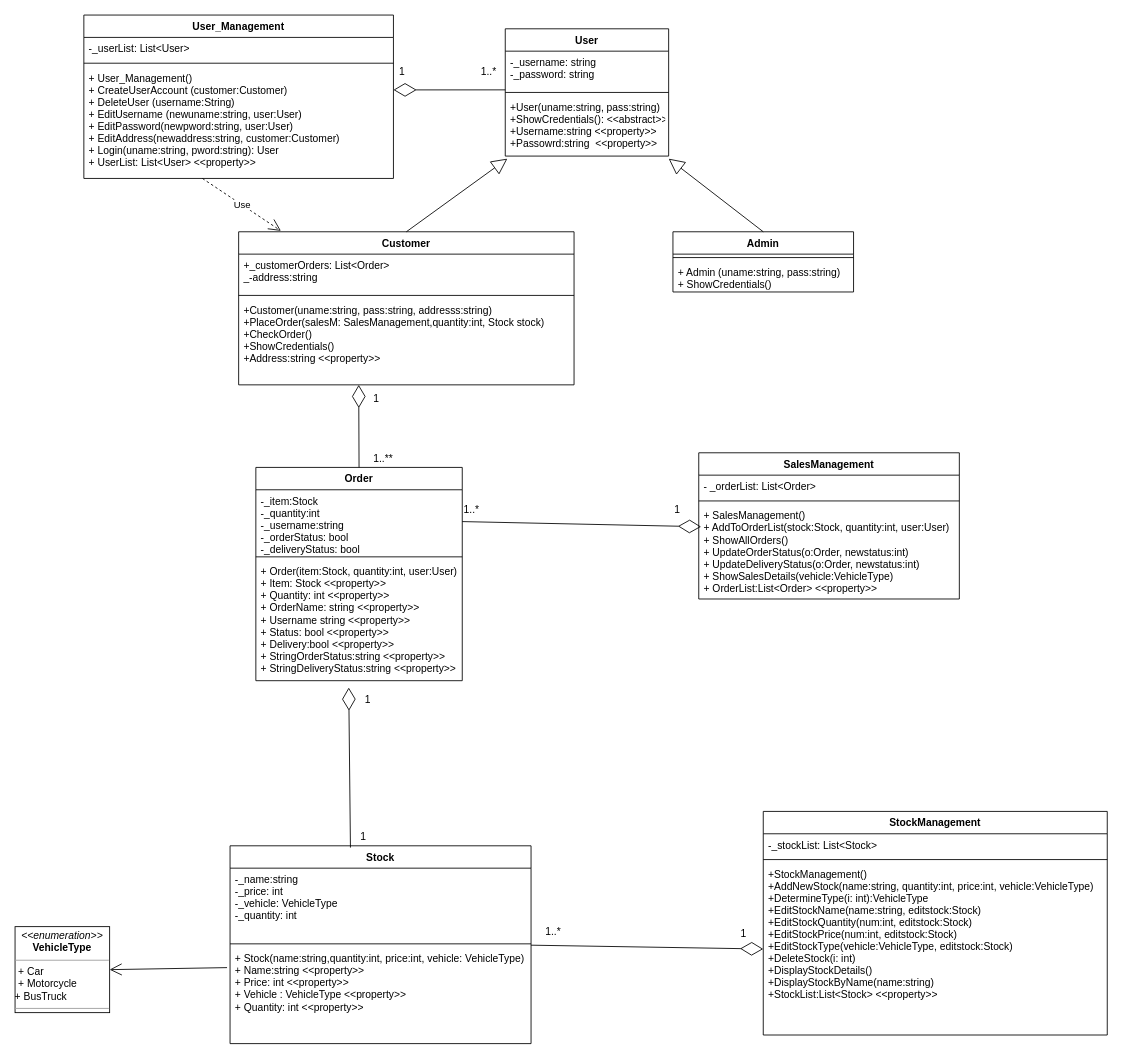
Earlier version of the draw.io diagram PassTask13.drawio (LastMinuteBanter/DistinctionTaskUML). Source tidied: cells renumbered, new cells numbered last; positions are measured from the earlier drawing's top-left corner, leaving out a move shared by most shapes. Both pictures are drawn from the tidied source at 86%, with x=0, y=0 at pixel (15, 15).
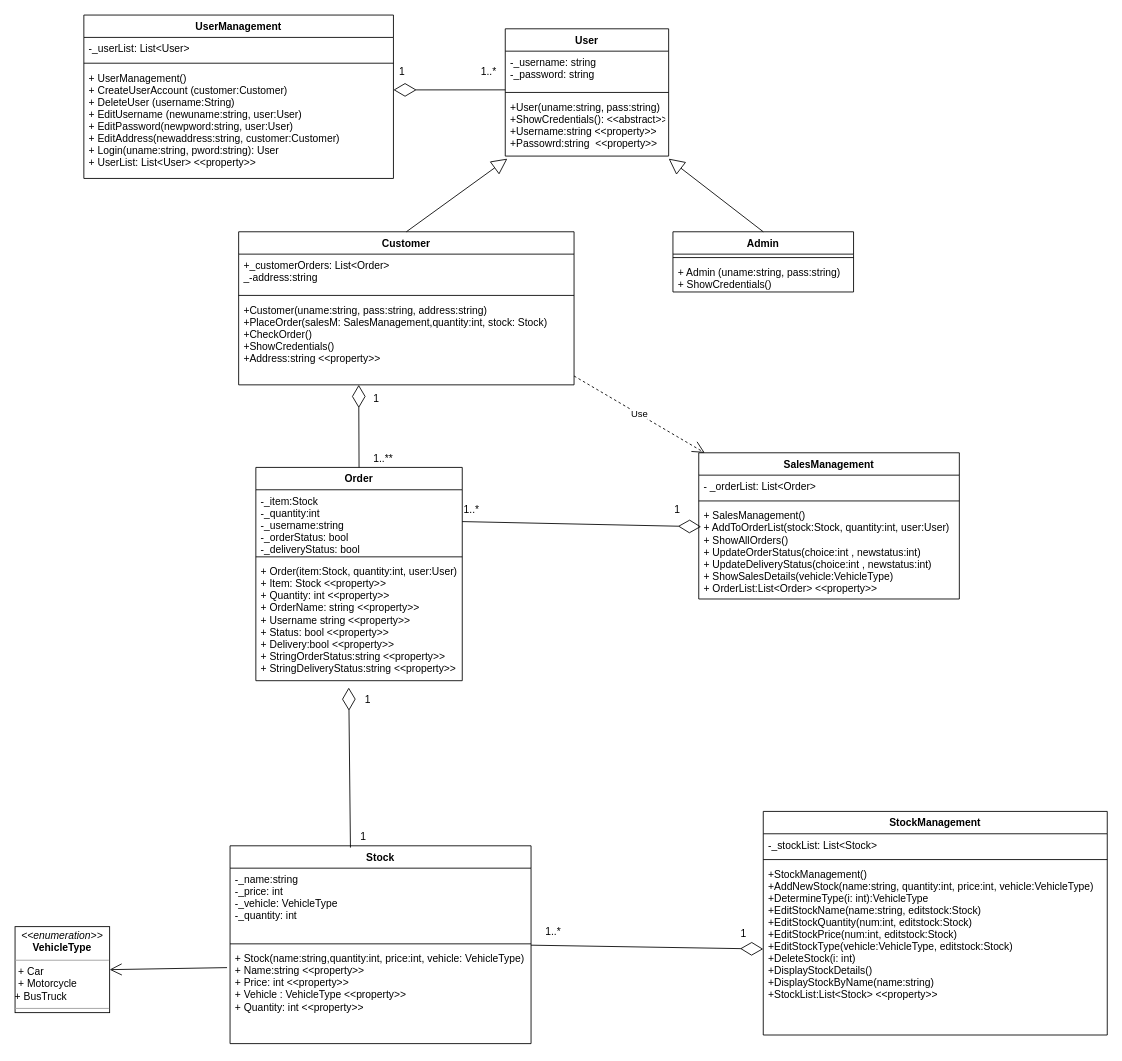
After the change.

The change refers to these unchanged cells:
```xml
<mxCell id="10" value="Customer" style="swimlane;fontStyle=1;align=center;verticalAlign=top;horizontal=1;startSize=26;" parent="1" vertex="1">
  <mxGeometry x="260" y="252" width="390" height="178" as="geometry" />
</mxCell>
<mxCell id="21" value="SalesManagement" style="swimlane;fontStyle=1;align=center;verticalAlign=top;horizontal=1;startSize=26;" parent="1" vertex="1">
  <mxGeometry x="795" y="509" width="303" height="170" as="geometry" />
</mxCell>
```

Change to the diagram source:
```diff
@@
-    <mxCell id="2" value="User_Management" style="swimlane;fontStyle=1;align=center;verticalAlign=top;horizontal=1;startSize=26;" parent="1" vertex="1">
+    <mxCell id="2" value="UserManagement" style="swimlane;fontStyle=1;align=center;verticalAlign=top;horizontal=1;startSize=26;" parent="1" vertex="1">
       <mxGeometry x="80" width="360" height="190" as="geometry" />
     </mxCell>
@@
-    <mxCell id="5" value="+ User_Management()&#10;+ CreateUserAccount (customer:Customer)&#10;+ DeleteUser (username:String)&#10;+ EditUsername (newuname:string, user:User)&#10;+ EditPassword(newpword:string, user:User)&#10;+ EditAddress(newaddress:string, customer:Customer)&#10;+ Login(uname:string, pword:string): User&#10;+ UserList: List&lt;User&gt; &lt;&lt;property&gt;&gt;&#10;&#10;&#10;" style="text;strokeColor=none;fillColor=none;align=left;verticalAlign=top;spacingLeft=4;spacingRight=4;overflow=hidden;points=[[0,0.5],[1,0.5]];portConstraint=eastwest;" parent="2" vertex="1">
+    <mxCell id="5" value="+ UserManagement()&#10;+ CreateUserAccount (customer:Customer)&#10;+ DeleteUser (username:String)&#10;+ EditUsername (newuname:string, user:User)&#10;+ EditPassword(newpword:string, user:User)&#10;+ EditAddress(newaddress:string, customer:Customer)&#10;+ Login(uname:string, pword:string): User&#10;+ UserList: List&lt;User&gt; &lt;&lt;property&gt;&gt;&#10;&#10;&#10;" style="text;strokeColor=none;fillColor=none;align=left;verticalAlign=top;spacingLeft=4;spacingRight=4;overflow=hidden;points=[[0,0.5],[1,0.5]];portConstraint=eastwest;" parent="2" vertex="1">
       <mxGeometry y="60" width="360" height="130" as="geometry" />
     </mxCell>
@@
-    <mxCell id="13" value="+Customer(uname:string, pass:string, addresss:string)&#10;+PlaceOrder(salesM: SalesManagement,quantity:int, Stock stock)&#10;+CheckOrder()&#10;+ShowCredentials() &#10;+Address:string &lt;&lt;property&gt;&gt;&#10;&#10;&#10;" style="text;strokeColor=none;fillColor=none;align=left;verticalAlign=top;spacingLeft=4;spacingRight=4;overflow=hidden;points=[[0,0.5],[1,0.5]];portConstraint=eastwest;" parent="10" vertex="1">
+    <mxCell id="13" value="+Customer(uname:string, pass:string, address:string)&#10;+PlaceOrder(salesM: SalesManagement,quantity:int, stock: Stock)&#10;+CheckOrder()&#10;+ShowCredentials() &#10;+Address:string &lt;&lt;property&gt;&gt;&#10;&#10;&#10;" style="text;strokeColor=none;fillColor=none;align=left;verticalAlign=top;spacingLeft=4;spacingRight=4;overflow=hidden;points=[[0,0.5],[1,0.5]];portConstraint=eastwest;" parent="10" vertex="1">
       <mxGeometry y="78" width="390" height="100" as="geometry" />
     </mxCell>
@@
-    <mxCell id="24" value="+ SalesManagement()&#10;+ AddToOrderList(stock:Stock, quantity:int, user:User)&#10;+ ShowAllOrders()&#10;+ UpdateOrderStatus(o:Order, newstatus:int)&#10;+ UpdateDeliveryStatus(o:Order, newstatus:int)&#10;+ ShowSalesDetails(vehicle:VehicleType)&#10;+ OrderList:List&lt;Order&gt; &lt;&lt;property&gt;&gt;&#10;&#10;&#10;&#10;" style="text;strokeColor=none;fillColor=none;align=left;verticalAlign=top;spacingLeft=4;spacingRight=4;overflow=hidden;points=[[0,0.5],[1,0.5]];portConstraint=eastwest;" parent="21" vertex="1">
+    <mxCell id="24" value="+ SalesManagement()&#10;+ AddToOrderList(stock:Stock, quantity:int, user:User)&#10;+ ShowAllOrders()&#10;+ UpdateOrderStatus(choice:int , newstatus:int)&#10;+ UpdateDeliveryStatus(choice:int , newstatus:int)&#10;+ ShowSalesDetails(vehicle:VehicleType)&#10;+ OrderList:List&lt;Order&gt; &lt;&lt;property&gt;&gt;&#10;&#10;&#10;&#10;" style="text;strokeColor=none;fillColor=none;align=left;verticalAlign=top;spacingLeft=4;spacingRight=4;overflow=hidden;points=[[0,0.5],[1,0.5]];portConstraint=eastwest;" parent="21" vertex="1">
       <mxGeometry y="60" width="303" height="110" as="geometry" />
     </mxCell>
@@
-    <mxCell id="41" value="Use" style="endArrow=open;endSize=12;dashed=1;html=1;exitX=0.383;exitY=1;exitDx=0;exitDy=0;exitPerimeter=0;entryX=0.126;entryY=-0.006;entryDx=0;entryDy=0;entryPerimeter=0;" parent="1" edge="1" source="5" target="10">
-      <mxGeometry relative="1" as="geometry" />
-    </mxCell>
@@
+    <mxCell id="41" value="Use" style="endArrow=open;endSize=12;dashed=1;html=1;exitX=1;exitY=0.897;exitDx=0;exitDy=0;exitPerimeter=0;" parent="1" edge="1" source="13" target="21">
+      <mxGeometry relative="1" as="geometry" />
+    </mxCell>
```
